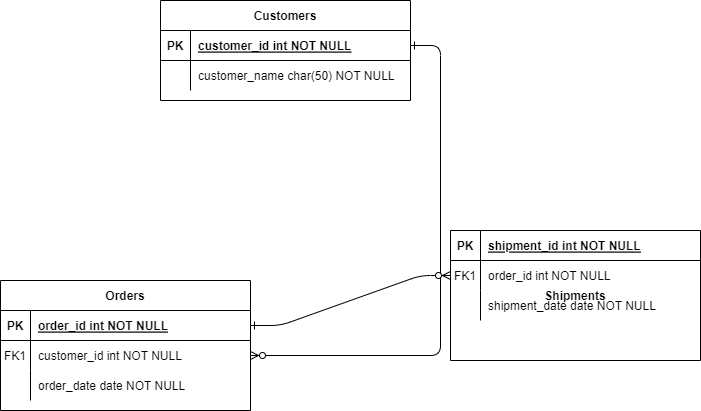
This is imgs/Diagrama sem nome.drawio.png from DeividXupon/Diagramas, a draw.io export, as it was before one commit. Source tidied: cells renumbered, new cells last; positions are measured from the earlier drawing's top-left corner, leaving out a move shared by most shapes.
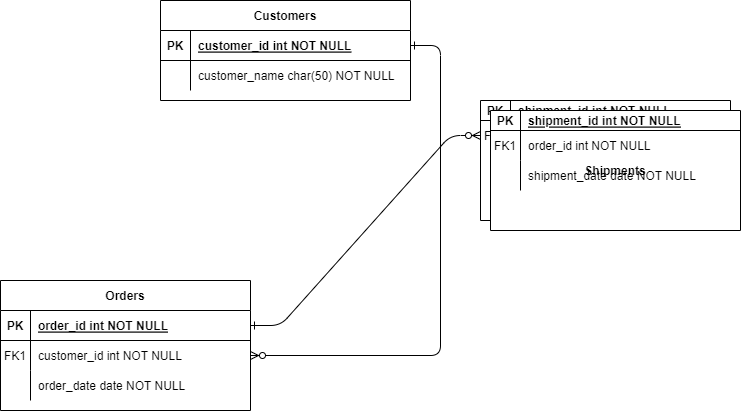
Later version of the same file.

What changed in the source:
```diff
@@ -39,19 +39,19 @@
       <mxGeometry x="30" width="220" height="30" as="geometry" />
     </mxCell>
     <mxCell id="14" value="Shipments" style="shape=table;startSize=0;rowLines=0;fontStyle=1;align=center;" parent="1" vertex="1">
-      <mxGeometry x="450" y="230" width="250" height="130" as="geometry" />
+      <mxGeometry x="480" y="100" width="250" height="120" as="geometry" />
     </mxCell>
     <mxCell id="15" style="shape=partialRectangle;fillColor=none;top=0;left=0;right=0;bottom=1;" parent="14" vertex="1">
-      <mxGeometry width="250" height="30" as="geometry" />
+      <mxGeometry width="250" height="20" as="geometry" />
     </mxCell>
     <mxCell id="16" value="PK" style="shape=partialRectangle;overflow=hidden;fillColor=none;top=0;left=0;bottom=0;right=0;fontStyle=1;" parent="15" vertex="1">
-      <mxGeometry width="30" height="30" as="geometry" />
+      <mxGeometry width="30" height="20" as="geometry" />
     </mxCell>
     <mxCell id="17" value="shipment_id int NOT NULL " style="shape=partialRectangle;overflow=hidden;fillColor=none;top=0;left=0;bottom=0;right=0;align=left;spacingLeft=6;fontStyle=5;" parent="15" vertex="1">
-      <mxGeometry x="30" width="220" height="30" as="geometry" />
+      <mxGeometry x="30" width="220" height="20" as="geometry" />
     </mxCell>
     <mxCell id="18" style="shape=partialRectangle;fillColor=none;points=[[0,0.5],[1,0.5]];portConstraint=eastwest;top=0;left=0;right=0;bottom=0;" parent="14" vertex="1">
-      <mxGeometry y="30" width="250" height="30" as="geometry" />
+      <mxGeometry y="20" width="250" height="30" as="geometry" />
     </mxCell>
     <mxCell id="19" value="FK1" style="shape=partialRectangle;overflow=hidden;fillColor=none;top=0;left=0;bottom=0;right=0;" parent="18" vertex="1">
       <mxGeometry width="30" height="30" as="geometry" />
@@ -60,7 +60,7 @@
       <mxGeometry x="30" width="220" height="30" as="geometry" />
     </mxCell>
     <mxCell id="21" style="shape=partialRectangle;fillColor=none;top=0;left=0;right=0;bottom=0;" parent="14" vertex="1">
-      <mxGeometry y="60" width="250" height="30" as="geometry" />
+      <mxGeometry y="50" width="250" height="30" as="geometry" />
     </mxCell>
     <mxCell id="22" style="shape=partialRectangle;overflow=hidden;fillColor=none;top=0;left=0;bottom=0;right=0;" parent="21" vertex="1">
       <mxGeometry width="30" height="30" as="geometry" />
@@ -89,5 +89,35 @@
     <mxCell id="30" value="customer_name char(50) NOT NULL" style="shape=partialRectangle;overflow=hidden;fillColor=none;top=0;left=0;bottom=0;right=0;align=left;spacingLeft=6;" parent="28" vertex="1">
       <mxGeometry x="30" width="220" height="30" as="geometry" />
     </mxCell>
+    <mxCell id="31" value="Shipments" style="shape=table;startSize=0;rowLines=0;fontStyle=1;align=center;" parent="1" vertex="1">
+      <mxGeometry x="490" y="110" width="250" height="120" as="geometry" />
+    </mxCell>
+    <mxCell id="32" style="shape=partialRectangle;fillColor=none;top=0;left=0;right=0;bottom=1;" parent="31" vertex="1">
+      <mxGeometry width="250" height="20" as="geometry" />
+    </mxCell>
+    <mxCell id="33" value="PK" style="shape=partialRectangle;overflow=hidden;fillColor=none;top=0;left=0;bottom=0;right=0;fontStyle=1;" parent="32" vertex="1">
+      <mxGeometry width="30" height="20" as="geometry" />
+    </mxCell>
+    <mxCell id="34" value="shipment_id int NOT NULL " style="shape=partialRectangle;overflow=hidden;fillColor=none;top=0;left=0;bottom=0;right=0;align=left;spacingLeft=6;fontStyle=5;" parent="32" vertex="1">
+      <mxGeometry x="30" width="220" height="20" as="geometry" />
+    </mxCell>
+    <mxCell id="35" style="shape=partialRectangle;fillColor=none;top=0;left=0;right=0;bottom=0;" parent="31" vertex="1">
+      <mxGeometry y="20" width="250" height="30" as="geometry" />
+    </mxCell>
+    <mxCell id="36" value="FK1" style="shape=partialRectangle;overflow=hidden;fillColor=none;top=0;left=0;bottom=0;right=0;" parent="35" vertex="1">
+      <mxGeometry width="30" height="30" as="geometry" />
+    </mxCell>
+    <mxCell id="37" value="order_id int NOT NULL" style="shape=partialRectangle;overflow=hidden;fillColor=none;top=0;left=0;bottom=0;right=0;align=left;spacingLeft=6;" parent="35" vertex="1">
+      <mxGeometry x="30" width="220" height="30" as="geometry" />
+    </mxCell>
+    <mxCell id="38" style="shape=partialRectangle;fillColor=none;top=0;left=0;right=0;bottom=0;" parent="31" vertex="1">
+      <mxGeometry y="50" width="250" height="30" as="geometry" />
+    </mxCell>
+    <mxCell id="39" style="shape=partialRectangle;overflow=hidden;fillColor=none;top=0;left=0;bottom=0;right=0;" parent="38" vertex="1">
+      <mxGeometry width="30" height="30" as="geometry" />
+    </mxCell>
+    <mxCell id="40" value="shipment_date date NOT NULL" style="shape=partialRectangle;overflow=hidden;fillColor=none;top=0;left=0;bottom=0;right=0;align=left;spacingLeft=6;" parent="38" vertex="1">
+      <mxGeometry x="30" width="220" height="30" as="geometry" />
+    </mxCell>
   </root>
 </mxGraphModel>
```
